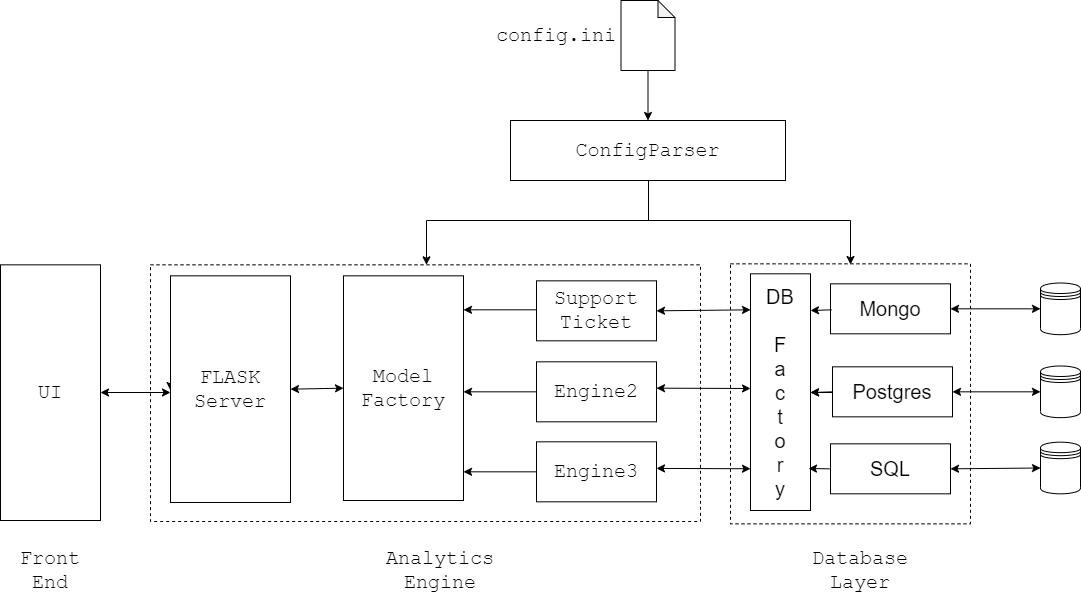
Before: templates/assets/SupportBot.png, a diagram exported from draw.io (fizarazvi/PDF-chatbot). Source tidied: cells renumbered, new cells last; positions are measured from the earlier drawing's top-left corner, leaving out a move shared by most shapes.
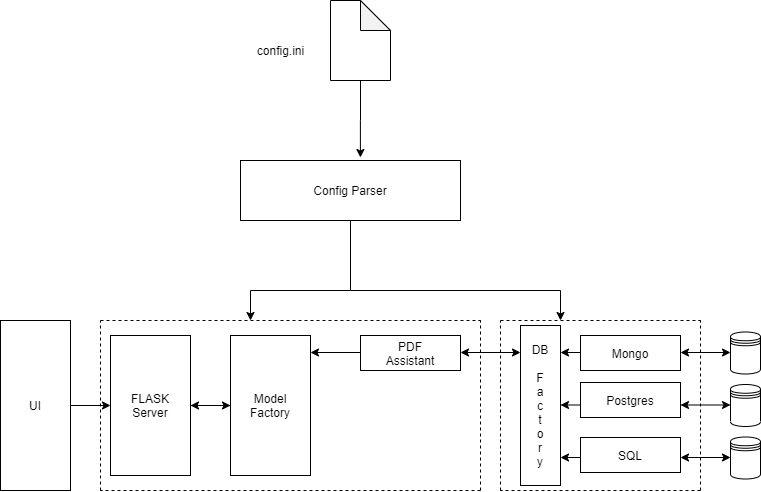
The same file after the commit.

What changed in the source:
```diff
@@ -2,166 +2,172 @@
   <root>
     <mxCell id="0" />
     <mxCell id="1" parent="0" />
-    <mxCell id="2" style="rounded=0;whiteSpace=wrap;html=1;dashed=1;fontFamily=Courier New;" parent="1" vertex="1">
-      <mxGeometry x="730" y="263.3" width="240" height="260" as="geometry" />
-    </mxCell>
+    <mxCell id="43" style="edgeStyle=orthogonalEdgeStyle;rounded=0;jettySize=auto;html=1;exitX=0.5;exitY=1;exitDx=0;exitDy=0;exitPerimeter=0;entryX=0.545;entryY=-0.05;entryDx=0;entryDy=0;entryPerimeter=0;" parent="1" edge="1" source="47" target="46">
+      <mxGeometry relative="1" as="geometry" />
+    </mxCell>
+    <mxCell id="22" value="config.ini" style="text;html=1;align=center;verticalAlign=middle;" parent="1" vertex="1">
+      <mxGeometry x="250" y="40" width="60" height="20" as="geometry" />
+    </mxCell>
+    <mxCell id="44" style="edgeStyle=orthogonalEdgeStyle;rounded=0;jettySize=auto;html=1;" parent="1" edge="1" source="46">
+      <mxGeometry relative="1" as="geometry">
+        <mxPoint x="250" y="320" as="targetPoint" />
+        <Array as="points">
+          <mxPoint x="350" y="290" />
+          <mxPoint x="250" y="290" />
+        </Array>
+      </mxGeometry>
+    </mxCell>
+    <mxCell id="45" style="edgeStyle=orthogonalEdgeStyle;rounded=0;jettySize=auto;html=1;" parent="1" edge="1" source="46">
+      <mxGeometry relative="1" as="geometry">
+        <mxPoint x="560" y="320" as="targetPoint" />
+        <Array as="points">
+          <mxPoint x="350" y="290" />
+        </Array>
+      </mxGeometry>
+    </mxCell>
+    <mxCell id="46" value="Config Parser" style="rounded=0;whiteSpace=wrap;html=1;" parent="1" vertex="1">
+      <mxGeometry x="240" y="160" width="220" height="60" as="geometry" />
+    </mxCell>
+    <mxCell id="47" style="shape=note;whiteSpace=wrap;html=1;backgroundOutline=1;darkOpacity=0.05;" parent="1" vertex="1">
+      <mxGeometry x="330" width="60" height="80" as="geometry" />
+    </mxCell>
+    <mxCell id="48" style="edgeStyle=orthogonalEdgeStyle;rounded=0;jettySize=auto;html=1;exitX=1;exitY=0.5;exitDx=0;exitDy=0;entryX=0;entryY=0.5;entryDx=0;entryDy=0;" parent="1" edge="1" source="15" target="21">
+      <mxGeometry relative="1" as="geometry" />
+    </mxCell>
+    <mxCell id="15" value="UI" style="rounded=0;whiteSpace=wrap;html=1;" parent="1" vertex="1">
+      <mxGeometry y="320" width="70" height="170" as="geometry" />
+    </mxCell>
+    <mxCell id="49" style="edgeStyle=orthogonalEdgeStyle;rounded=0;jettySize=auto;html=1;" parent="1" edge="1" source="21" target="27">
+      <mxGeometry relative="1" as="geometry" />
+    </mxCell>
+    <mxCell id="21" value="FLASK&lt;br&gt;Server" style="rounded=0;whiteSpace=wrap;html=1;" parent="1" vertex="1">
+      <mxGeometry x="110" y="335" width="80" height="140" as="geometry" />
+    </mxCell>
+    <mxCell id="34" style="edgeStyle=orthogonalEdgeStyle;rounded=0;jettySize=auto;html=1;" parent="1" edge="1" source="27" target="21">
+      <mxGeometry relative="1" as="geometry" />
+    </mxCell>
+    <mxCell id="27" value="Model&lt;br&gt;Factory" style="rounded=0;whiteSpace=wrap;html=1;" parent="1" vertex="1">
+      <mxGeometry x="230" y="335" width="80" height="140" as="geometry" />
+    </mxCell>
+    <mxCell id="50" value="PDF&lt;br&gt;Assistant" style="rounded=0;whiteSpace=wrap;html=1;" parent="1" vertex="1">
+      <mxGeometry x="360" y="335" width="100" height="35" as="geometry" />
+    </mxCell>
+    <mxCell id="8" value="DB&lt;br&gt;&lt;br&gt;F&lt;br&gt;a&lt;br&gt;c&lt;br&gt;t&lt;br&gt;o&lt;br&gt;r&lt;br&gt;y" style="rounded=0;whiteSpace=wrap;html=1;" parent="1" vertex="1">
+      <mxGeometry x="520" y="325" width="40" height="160" as="geometry" />
+    </mxCell>
+    <mxCell id="51" style="endArrow=classic;html=1;" parent="1" edge="1">
+      <mxGeometry relative="1" as="geometry">
+        <mxPoint x="360" y="352" as="sourcePoint" />
+        <mxPoint x="310" y="352" as="targetPoint" />
+      </mxGeometry>
+    </mxCell>
+    <mxCell id="52" style="endArrow=classic;startArrow=classic;html=1;" parent="1" edge="1">
+      <mxGeometry relative="1" as="geometry">
+        <mxPoint x="460" y="352" as="sourcePoint" />
+        <mxPoint x="520" y="352" as="targetPoint" />
+      </mxGeometry>
+    </mxCell>
-    <mxCell id="3" value="Mongo" style="rounded=0;whiteSpace=wrap;html=1;fontSize=20;" parent="1" vertex="1">
-      <mxGeometry x="830" y="283.3" width="120" height="50" as="geometry" />
+    <mxCell id="3" value="Mongo" style="rounded=0;whiteSpace=wrap;html=1;" parent="1" vertex="1">
+      <mxGeometry x="580" y="335" width="100" height="35" as="geometry" />
     </mxCell>
-    <mxCell id="4" style="edgeStyle=orthogonalEdgeStyle;rounded=0;jettySize=auto;html=1;exitX=0;exitY=0.5;exitDx=0;exitDy=0;entryX=1;entryY=0.5;entryDx=0;entryDy=0;fontFamily=Courier New;fontSize=20;" parent="1" edge="1" source="6" target="8">
-      <mxGeometry relative="1" as="geometry" />
-    </mxCell>
-    <mxCell id="5" style="edgeStyle=orthogonalEdgeStyle;rounded=0;jettySize=auto;html=1;fontFamily=Courier New;fontSize=20;" parent="1" edge="1" source="6" target="8">
-      <mxGeometry relative="1" as="geometry" />
-    </mxCell>
+    <mxCell id="53" style="endArrow=classic;html=1;" parent="1" edge="1">
+      <mxGeometry relative="1" as="geometry">
+        <mxPoint x="580" y="352" as="sourcePoint" />
+        <mxPoint x="560" y="352" as="targetPoint" />
+      </mxGeometry>
+    </mxCell>
-    <mxCell id="6" value="&lt;span style=&quot;font-size: 20px&quot;&gt;Postgres&lt;/span&gt;" style="rounded=0;whiteSpace=wrap;html=1;" parent="1" vertex="1">
-      <mxGeometry x="832" y="366.3" width="120" height="50" as="geometry" />
+    <mxCell id="6" value="Postgres" style="rounded=0;whiteSpace=wrap;html=1;" parent="1" vertex="1">
+      <mxGeometry x="580" y="382" width="100" height="35" as="geometry" />
     </mxCell>
-    <mxCell id="7" value="&lt;span style=&quot;font-size: 20px&quot;&gt;SQL&lt;/span&gt;" style="rounded=0;whiteSpace=wrap;html=1;" parent="1" vertex="1">
-      <mxGeometry x="830" y="443.3" width="120" height="50" as="geometry" />
+    <mxCell id="7" value="SQL" style="rounded=0;whiteSpace=wrap;html=1;" parent="1" vertex="1">
+      <mxGeometry x="580" y="437" width="100" height="35" as="geometry" />
     </mxCell>
-    <mxCell id="8" value="DB&lt;br&gt;&lt;br&gt;F&lt;br&gt;a&lt;br&gt;c&lt;br&gt;t&lt;br&gt;o&lt;br&gt;r&lt;br&gt;y" style="rounded=0;whiteSpace=wrap;html=1;fontSize=20;" parent="1" vertex="1">
-      <mxGeometry x="750" y="273.3" width="60" height="236.7" as="geometry" />
-    </mxCell>
-    <mxCell id="9" style="rounded=0;whiteSpace=wrap;html=1;fontFamily=Courier New;dashed=1;" parent="1" vertex="1">
-      <mxGeometry x="150" y="264.3" width="550" height="256.7" as="geometry" />
-    </mxCell>
-    <mxCell id="10" style="edgeStyle=orthogonalEdgeStyle;rounded=0;jettySize=auto;html=1;exitX=0.5;exitY=1;exitDx=0;exitDy=0;fontFamily=Courier New;fontSize=20;" parent="1" edge="1" source="12" target="9">
-      <mxGeometry relative="1" as="geometry">
-        <Array as="points">
-          <mxPoint x="647" y="220" />
-          <mxPoint x="426" y="220" />
-        </Array>
-      </mxGeometry>
-    </mxCell>
-    <mxCell id="11" style="edgeStyle=orthogonalEdgeStyle;rounded=0;jettySize=auto;html=1;exitX=0.5;exitY=1;exitDx=0;exitDy=0;entryX=0.5;entryY=0;entryDx=0;entryDy=0;fontFamily=Courier New;fontSize=20;" parent="1" edge="1" source="12" target="2">
-      <mxGeometry relative="1" as="geometry">
-        <Array as="points">
-          <mxPoint x="648" y="220" />
-          <mxPoint x="850" y="220" />
-        </Array>
-      </mxGeometry>
-    </mxCell>
-    <mxCell id="12" value="ConfigParser" style="rounded=0;whiteSpace=wrap;html=1;fontFamily=Courier New;fontSize=20;" parent="1" vertex="1">
-      <mxGeometry x="510" y="120" width="275" height="60" as="geometry" />
-    </mxCell>
-    <mxCell id="13" style="edgeStyle=orthogonalEdgeStyle;rounded=0;jettySize=auto;html=1;exitX=0.5;exitY=1;exitDx=0;exitDy=0;exitPerimeter=0;entryX=0.5;entryY=0;entryDx=0;entryDy=0;fontFamily=Courier New;fontSize=20;" parent="1" edge="1" source="14" target="12">
-      <mxGeometry relative="1" as="geometry" />
-    </mxCell>
-    <mxCell id="14" style="shape=note;whiteSpace=wrap;html=1;backgroundOutline=1;darkOpacity=0.05;fontFamily=Courier New;size=17;" parent="1" vertex="1">
-      <mxGeometry x="620.5" width="54" height="70" as="geometry" />
-    </mxCell>
-    <mxCell id="15" value="UI" style="rounded=0;whiteSpace=wrap;html=1;fontFamily=Courier New;fontSize=20;" parent="1" vertex="1">
-      <mxGeometry y="264.3" width="100" height="255.7" as="geometry" />
-    </mxCell>
-    <mxCell id="16" value="Support&lt;br&gt;Ticket" style="rounded=0;whiteSpace=wrap;html=1;fontFamily=Courier New;fontSize=20;" parent="1" vertex="1">
-      <mxGeometry x="536" y="280.3" width="120" height="60" as="geometry" />
-    </mxCell>
-    <mxCell id="17" style="edgeStyle=orthogonalEdgeStyle;rounded=0;orthogonalLoop=1;jettySize=auto;html=1;exitX=0;exitY=0.5;exitDx=0;exitDy=0;fontFamily=Courier New;fontSize=20;" parent="1" edge="1">
-      <mxGeometry relative="1" as="geometry">
-        <mxPoint x="536" y="391.3" as="sourcePoint" />
-        <mxPoint x="463" y="391.3" as="targetPoint" />
-      </mxGeometry>
-    </mxCell>
-    <mxCell id="18" value="&lt;span style=&quot;font-size: 20px&quot;&gt;Engine2&lt;/span&gt;" style="rounded=0;whiteSpace=wrap;html=1;fontFamily=Courier New;" parent="1" vertex="1">
-      <mxGeometry x="536" y="361.3" width="120" height="60" as="geometry" />
-    </mxCell>
-    <mxCell id="19" value="&lt;span style=&quot;font-size: 20px&quot;&gt;Engine3&lt;/span&gt;" style="rounded=0;whiteSpace=wrap;html=1;fontFamily=Courier New;" parent="1" vertex="1">
-      <mxGeometry x="536" y="441.3" width="120" height="60" as="geometry" />
-    </mxCell>
-    <mxCell id="20" style="edgeStyle=orthogonalEdgeStyle;rounded=0;jettySize=auto;html=1;exitX=0;exitY=0.5;exitDx=0;exitDy=0;fontFamily=Courier New;fontSize=20;" parent="1" edge="1" source="21">
-      <mxGeometry relative="1" as="geometry">
-        <mxPoint x="169.9" y="389" as="targetPoint" />
-      </mxGeometry>
-    </mxCell>
-    <mxCell id="21" value="FLASK&lt;br&gt;Server" style="rounded=0;whiteSpace=wrap;html=1;fontFamily=Courier New;fontSize=20;" parent="1" vertex="1">
-      <mxGeometry x="170" y="275.3" width="120" height="226.7" as="geometry" />
-    </mxCell>
-    <mxCell id="22" value="config.ini" style="text;html=1;strokeColor=none;fillColor=none;align=center;verticalAlign=middle;whiteSpace=wrap;rounded=0;fontFamily=Courier New;fontSize=20;" parent="1" vertex="1">
-      <mxGeometry x="536" y="25" width="40" height="20" as="geometry" />
-    </mxCell>
-    <mxCell id="23" style="edgeStyle=orthogonalEdgeStyle;rounded=0;orthogonalLoop=1;jettySize=auto;html=1;exitX=0;exitY=0.5;exitDx=0;exitDy=0;entryX=1;entryY=0.5;entryDx=0;entryDy=0;fontFamily=Courier New;fontSize=20;" parent="1" edge="1">
-      <mxGeometry relative="1" as="geometry">
-        <mxPoint x="831" y="309.3" as="sourcePoint" />
-        <mxPoint x="811" y="309.4" as="targetPoint" />
-      </mxGeometry>
-    </mxCell>
-    <mxCell id="24" style="edgeStyle=orthogonalEdgeStyle;rounded=0;orthogonalLoop=1;jettySize=auto;html=1;exitX=0;exitY=0.5;exitDx=0;exitDy=0;entryX=1;entryY=0.5;entryDx=0;entryDy=0;fontFamily=Courier New;fontSize=20;" parent="1" edge="1">
-      <mxGeometry relative="1" as="geometry">
-        <mxPoint x="829" y="468.3" as="sourcePoint" />
-        <mxPoint x="809" y="468.4" as="targetPoint" />
-      </mxGeometry>
-    </mxCell>
-    <mxCell id="25" value="Database Layer" style="text;html=1;strokeColor=none;fillColor=none;align=center;verticalAlign=middle;whiteSpace=wrap;rounded=0;fontFamily=Courier New;fontSize=20;" parent="1" vertex="1">
-      <mxGeometry x="840" y="560" width="40" height="20" as="geometry" />
-    </mxCell>
-    <mxCell id="26" value="Analytics Engine" style="text;html=1;strokeColor=none;fillColor=none;align=center;verticalAlign=middle;whiteSpace=wrap;rounded=0;fontFamily=Courier New;fontSize=20;" parent="1" vertex="1">
-      <mxGeometry x="420" y="560" width="40" height="20" as="geometry" />
-    </mxCell>
-    <mxCell id="27" value="Model&lt;br&gt;Factory" style="rounded=0;whiteSpace=wrap;html=1;fontFamily=Courier New;fontSize=20;" parent="1" vertex="1">
-      <mxGeometry x="343" y="275.3" width="120" height="224.7" as="geometry" />
-    </mxCell>
-    <mxCell id="28" style="edgeStyle=orthogonalEdgeStyle;rounded=0;orthogonalLoop=1;jettySize=auto;html=1;exitX=0;exitY=0.5;exitDx=0;exitDy=0;fontFamily=Courier New;fontSize=20;" parent="1" edge="1">
-      <mxGeometry relative="1" as="geometry">
-        <mxPoint x="536" y="309.3" as="sourcePoint" />
-        <mxPoint x="463" y="309.3" as="targetPoint" />
-      </mxGeometry>
-    </mxCell>
-    <mxCell id="29" style="edgeStyle=orthogonalEdgeStyle;rounded=0;orthogonalLoop=1;jettySize=auto;html=1;exitX=0;exitY=0.5;exitDx=0;exitDy=0;fontFamily=Courier New;fontSize=20;" parent="1" edge="1">
-      <mxGeometry relative="1" as="geometry">
-        <mxPoint x="536" y="471.3" as="sourcePoint" />
-        <mxPoint x="463" y="471.3" as="targetPoint" />
-      </mxGeometry>
-    </mxCell>
-    <mxCell id="30" style="endArrow=classic;startArrow=classic;html=1;fontFamily=Courier New;fontSize=20;" parent="1" edge="1">
-      <mxGeometry relative="1" as="geometry">
-        <mxPoint x="100" y="392" as="sourcePoint" />
-        <mxPoint x="170" y="392" as="targetPoint" />
-      </mxGeometry>
-    </mxCell>
-    <mxCell id="31" style="endArrow=classic;startArrow=classic;html=1;fontFamily=Courier New;fontSize=20;exitX=1;exitY=0.5;exitDx=0;exitDy=0;" parent="1" edge="1" source="16">
-      <mxGeometry relative="1" as="geometry">
-        <mxPoint x="750" y="309.3" as="targetPoint" />
-      </mxGeometry>
-    </mxCell>
-    <mxCell id="32" style="endArrow=classic;startArrow=classic;html=1;fontFamily=Courier New;fontSize=20;" parent="1" edge="1">
-      <mxGeometry relative="1" as="geometry">
-        <mxPoint x="656" y="387.7" as="sourcePoint" />
-        <mxPoint x="750" y="388" as="targetPoint" />
-      </mxGeometry>
-    </mxCell>
-    <mxCell id="33" style="endArrow=classic;startArrow=classic;html=1;fontFamily=Courier New;fontSize=20;" parent="1" edge="1">
-      <mxGeometry relative="1" as="geometry">
-        <mxPoint x="656" y="467.9" as="sourcePoint" />
-        <mxPoint x="750" y="468.2" as="targetPoint" />
-      </mxGeometry>
-    </mxCell>
-    <mxCell id="34" style="endArrow=classic;startArrow=classic;html=1;fontFamily=Courier New;fontSize=20;exitX=0;exitY=0.5;exitDx=0;exitDy=0;entryX=1;entryY=0.5;entryDx=0;entryDy=0;" parent="1" edge="1" source="27" target="21">
-      <mxGeometry relative="1" as="geometry" />
-    </mxCell>
-    <mxCell id="35" style="edgeStyle=orthogonalEdgeStyle;rounded=0;jettySize=auto;html=1;exitX=0;exitY=0.5;exitDx=0;exitDy=0;entryX=1;entryY=0.5;entryDx=0;entryDy=0;fontFamily=Courier New;fontSize=20;strokeColor=none;" parent="1" edge="1" source="36" target="3">
-      <mxGeometry relative="1" as="geometry" />
-    </mxCell>
-    <mxCell id="36" style="shape=datastore;whiteSpace=wrap;html=1;fontFamily=Courier New;fontSize=20;" parent="1" vertex="1">
-      <mxGeometry x="1040" y="282.5" width="40" height="51.7" as="geometry" />
-    </mxCell>
-    <mxCell id="37" style="endArrow=classic;startArrow=classic;html=1;fontFamily=Courier New;fontSize=20;entryX=0;entryY=0.5;entryDx=0;entryDy=0;exitX=1;exitY=0.5;exitDx=0;exitDy=0;" parent="1" edge="1" source="3" target="36">
-      <mxGeometry relative="1" as="geometry" />
-    </mxCell>
-    <mxCell id="38" style="shape=datastore;whiteSpace=wrap;html=1;fontFamily=Courier New;fontSize=20;" parent="1" vertex="1">
-      <mxGeometry x="1040" y="441.7" width="40" height="51.7" as="geometry" />
-    </mxCell>
-    <mxCell id="39" style="shape=datastore;whiteSpace=wrap;html=1;fontFamily=Courier New;fontSize=20;" parent="1" vertex="1">
-      <mxGeometry x="1040" y="365.5" width="40" height="51.7" as="geometry" />
-    </mxCell>
-    <mxCell id="40" style="endArrow=classic;startArrow=classic;html=1;fontFamily=Courier New;fontSize=20;entryX=0;entryY=0.5;entryDx=0;entryDy=0;exitX=1;exitY=0.5;exitDx=0;exitDy=0;" parent="1" edge="1" source="6" target="39">
-      <mxGeometry relative="1" as="geometry" />
-    </mxCell>
-    <mxCell id="41" style="endArrow=classic;startArrow=classic;html=1;fontFamily=Courier New;fontSize=20;entryX=0;entryY=0.5;entryDx=0;entryDy=0;exitX=1;exitY=0.5;exitDx=0;exitDy=0;" parent="1" edge="1" source="7" target="38">
-      <mxGeometry relative="1" as="geometry" />
-    </mxCell>
-    <mxCell id="42" value="Front End" style="text;html=1;strokeColor=none;fillColor=none;align=center;verticalAlign=middle;whiteSpace=wrap;rounded=0;fontFamily=Courier New;fontSize=20;" parent="1" vertex="1">
-      <mxGeometry x="30" y="560" width="40" height="20" as="geometry" />
-    </mxCell>
+    <mxCell id="54" style="endArrow=classic;html=1;" parent="1" edge="1">
+      <mxGeometry relative="1" as="geometry">
+        <mxPoint x="580" y="404.5" as="sourcePoint" />
+        <mxPoint x="560" y="404.5" as="targetPoint" />
+      </mxGeometry>
+    </mxCell>
+    <mxCell id="55" style="endArrow=classic;html=1;" parent="1" edge="1">
+      <mxGeometry relative="1" as="geometry">
+        <mxPoint x="580" y="457" as="sourcePoint" />
+        <mxPoint x="560" y="457" as="targetPoint" />
+      </mxGeometry>
+    </mxCell>
+    <mxCell id="56" style="shape=datastore;whiteSpace=wrap;html=1;" parent="1" vertex="1">
+      <mxGeometry x="730" y="331.5" width="30" height="42" as="geometry" />
+    </mxCell>
+    <mxCell id="57" style="shape=datastore;whiteSpace=wrap;html=1;" parent="1" vertex="1">
+      <mxGeometry x="730" y="384" width="30" height="42" as="geometry" />
+    </mxCell>
+    <mxCell id="58" style="shape=datastore;whiteSpace=wrap;html=1;" parent="1" vertex="1">
+      <mxGeometry x="730" y="436.5" width="30" height="42" as="geometry" />
+    </mxCell>
+    <mxCell id="59" style="endArrow=classic;startArrow=classic;html=1;" parent="1" edge="1">
+      <mxGeometry relative="1" as="geometry">
+        <mxPoint x="680" y="457" as="sourcePoint" />
+        <mxPoint x="730" y="457" as="targetPoint" />
+      </mxGeometry>
+    </mxCell>
+    <mxCell id="60" style="endArrow=classic;startArrow=classic;html=1;" parent="1" edge="1">
+      <mxGeometry relative="1" as="geometry">
+        <mxPoint x="680" y="352" as="sourcePoint" />
+        <mxPoint x="730" y="352" as="targetPoint" />
+      </mxGeometry>
+    </mxCell>
+    <mxCell id="61" style="endArrow=classic;startArrow=classic;html=1;" parent="1" edge="1">
+      <mxGeometry relative="1" as="geometry">
+        <mxPoint x="680" y="404.5" as="sourcePoint" />
+        <mxPoint x="730" y="404.5" as="targetPoint" />
+      </mxGeometry>
+    </mxCell>
+    <mxCell id="62" style="endArrow=none;dashed=1;html=1;" parent="1" edge="1">
+      <mxGeometry relative="1" as="geometry">
+        <mxPoint x="100" y="320" as="sourcePoint" />
+        <mxPoint x="480" y="320" as="targetPoint" />
+      </mxGeometry>
+    </mxCell>
+    <mxCell id="63" style="endArrow=none;dashed=1;html=1;" parent="1" edge="1">
+      <mxGeometry relative="1" as="geometry">
+        <mxPoint x="100" y="490" as="sourcePoint" />
+        <mxPoint x="100" y="320" as="targetPoint" />
+      </mxGeometry>
+    </mxCell>
+    <mxCell id="64" style="endArrow=none;dashed=1;html=1;" parent="1" edge="1">
+      <mxGeometry relative="1" as="geometry">
+        <mxPoint x="480" y="490" as="sourcePoint" />
+        <mxPoint x="100" y="490" as="targetPoint" />
+      </mxGeometry>
+    </mxCell>
+    <mxCell id="65" style="endArrow=none;dashed=1;html=1;" parent="1" edge="1">
+      <mxGeometry relative="1" as="geometry">
+        <mxPoint x="480" y="490" as="sourcePoint" />
+        <mxPoint x="480" y="320" as="targetPoint" />
+      </mxGeometry>
+    </mxCell>
+    <mxCell id="66" style="endArrow=none;dashed=1;html=1;" parent="1" edge="1">
+      <mxGeometry relative="1" as="geometry">
+        <mxPoint x="500" y="320" as="sourcePoint" />
+        <mxPoint x="700" y="320" as="targetPoint" />
+      </mxGeometry>
+    </mxCell>
+    <mxCell id="67" style="endArrow=none;dashed=1;html=1;" parent="1" edge="1">
+      <mxGeometry relative="1" as="geometry">
+        <mxPoint x="500" y="490" as="sourcePoint" />
+        <mxPoint x="500" y="320" as="targetPoint" />
+      </mxGeometry>
+    </mxCell>
+    <mxCell id="68" style="endArrow=none;dashed=1;html=1;" parent="1" edge="1">
+      <mxGeometry relative="1" as="geometry">
+        <mxPoint x="700" y="490" as="sourcePoint" />
+        <mxPoint x="700" y="320" as="targetPoint" />
+      </mxGeometry>
+    </mxCell>
+    <mxCell id="69" style="endArrow=none;dashed=1;html=1;" parent="1" edge="1">
+      <mxGeometry relative="1" as="geometry">
+        <mxPoint x="700" y="490" as="sourcePoint" />
+        <mxPoint x="500" y="490" as="targetPoint" />
+      </mxGeometry>
+    </mxCell>
   </root>
 </mxGraphModel>
```
